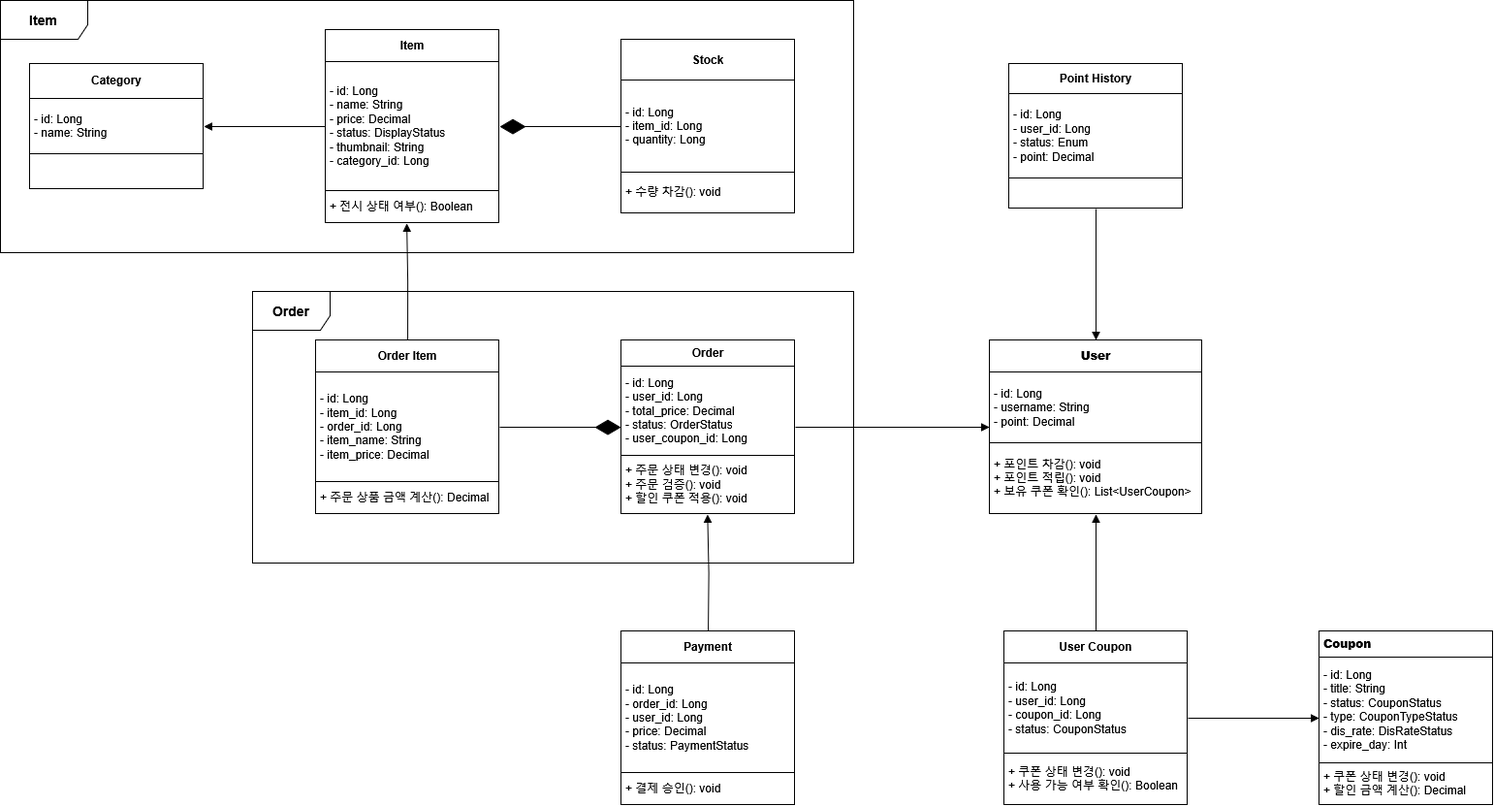
The draw.io diagram docs/class-diagram.png in scars97/e-commerce, before a commit. Source tidied: cells renumbered, new cells last; positions are measured from the earlier drawing's top-left corner, leaving out a move shared by most shapes.
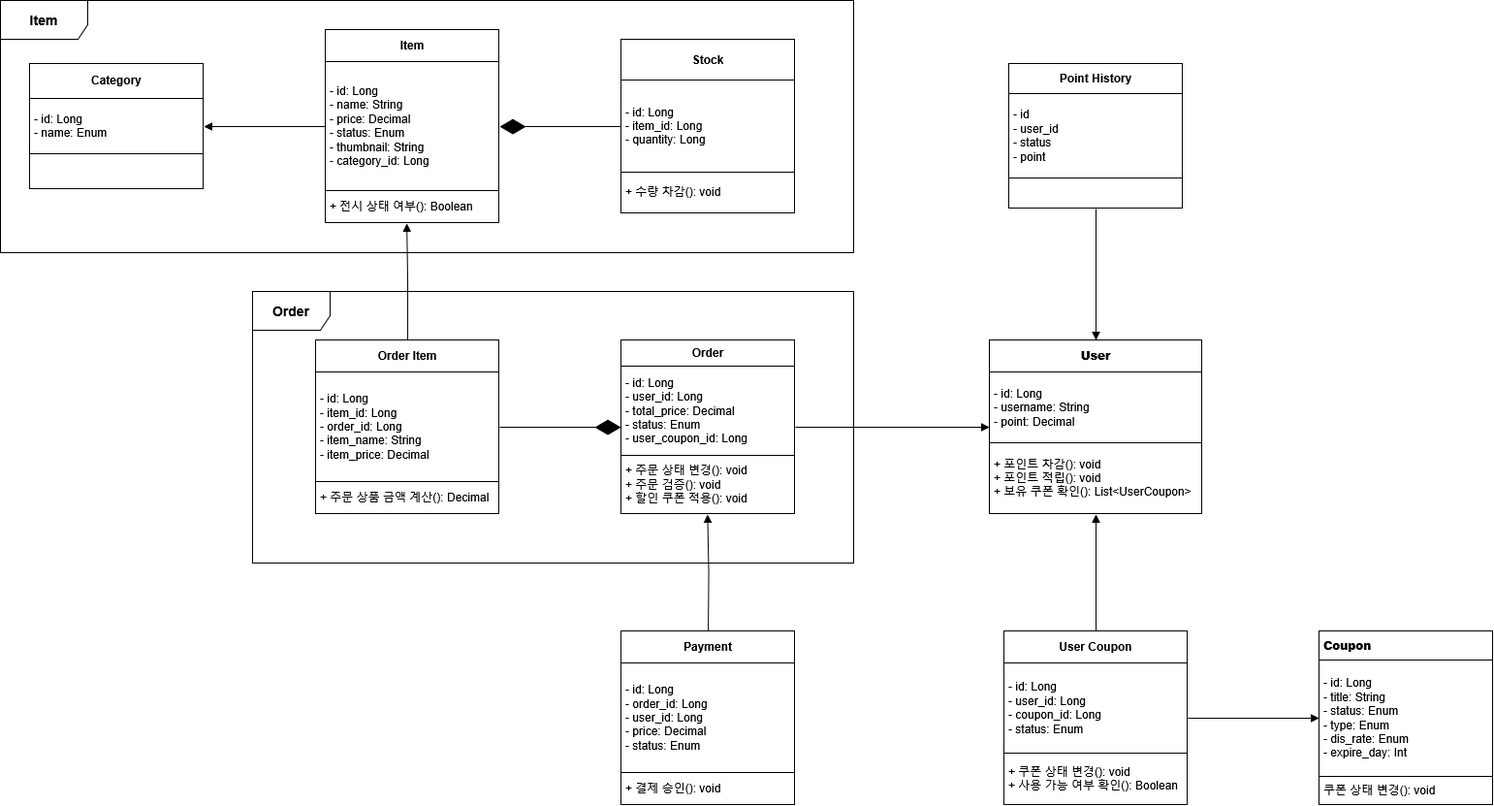
After the commit.

Commit message:
[docs] ERD, 클래스 다이어그램 컬럼 수정

Diff of the diagram source:
```diff
@@ -2,16 +2,16 @@
   <root>
     <mxCell id="0" />
     <mxCell id="1" parent="0" />
-    <mxCell id="2" value="&lt;table border=&quot;1&quot; width=&quot;100%&quot; height=&quot;100%&quot; cellpadding=&quot;4&quot; style=&quot;width:100%;height:100%;border-collapse:collapse;&quot;&gt;&lt;tbody&gt;&lt;tr&gt;&lt;th align=&quot;center&quot;&gt;User Coupon&lt;/th&gt;&lt;/tr&gt;&lt;tr align=&quot;left&quot;&gt;&lt;td&gt;- id: Long&lt;br&gt;- user_id: Long&lt;br&gt;- coupon_id: Long&lt;br&gt;- status: CouponStatus&lt;/td&gt;&lt;/tr&gt;&lt;tr&gt;&lt;td&gt;+ 쿠폰 상태 변경(): void&lt;div align=&quot;left&quot;&gt;+ 사용 가능 여부 확인(): Boolean&lt;/div&gt;&lt;/td&gt;&lt;/tr&gt;&lt;/tbody&gt;&lt;/table&gt;" style="text;html=1;whiteSpace=wrap;strokeColor=none;fillColor=none;overflow=fill;" parent="1" vertex="1">
+    <mxCell id="2" value="&lt;table border=&quot;1&quot; width=&quot;100%&quot; height=&quot;100%&quot; cellpadding=&quot;4&quot; style=&quot;width:100%;height:100%;border-collapse:collapse;&quot;&gt;&lt;tbody&gt;&lt;tr&gt;&lt;th align=&quot;center&quot;&gt;User Coupon&lt;/th&gt;&lt;/tr&gt;&lt;tr align=&quot;left&quot;&gt;&lt;td&gt;- id: Long&lt;br&gt;- user_id: Long&lt;br&gt;- coupon_id: Long&lt;br&gt;- status: Enum&lt;/td&gt;&lt;/tr&gt;&lt;tr&gt;&lt;td&gt;+ 쿠폰 상태 변경(): void&lt;div align=&quot;left&quot;&gt;+ 사용 가능 여부 확인(): Boolean&lt;/div&gt;&lt;/td&gt;&lt;/tr&gt;&lt;/tbody&gt;&lt;/table&gt;" style="text;html=1;whiteSpace=wrap;strokeColor=none;fillColor=none;overflow=fill;" parent="1" vertex="1">
       <mxGeometry x="1035" y="650" width="190" height="180" as="geometry" />
     </mxCell>
-    <mxCell id="3" value="&lt;table align=&quot;left&quot; border=&quot;1&quot; width=&quot;100%&quot; height=&quot;100%&quot; cellpadding=&quot;4&quot; style=&quot;width:100%;height:100%;border-collapse:collapse;&quot;&gt;&lt;tbody&gt;&lt;tr&gt;&lt;th&gt;&lt;b&gt;Coupon&lt;/b&gt;&lt;/th&gt;&lt;/tr&gt;&lt;tr&gt;&lt;td&gt;- id: Long&lt;br&gt;- title: String&lt;br&gt;- status: CouponStatus&lt;br&gt;- type: CouponTypeStatus&lt;br&gt;- dis_rate: DisRateStatus&lt;br&gt;- expire_day: Int&lt;/td&gt;&lt;/tr&gt;&lt;tr&gt;&lt;td&gt;+ 쿠폰 상태 변경(): void&lt;br&gt;+ 할인 금액 계산(): Decimal&lt;/td&gt;&lt;/tr&gt;&lt;/tbody&gt;&lt;/table&gt;" style="text;html=1;whiteSpace=wrap;strokeColor=none;fillColor=none;overflow=fill;align=left;" parent="1" vertex="1">
+    <mxCell id="3" value="&lt;table align=&quot;left&quot; border=&quot;1&quot; width=&quot;100%&quot; height=&quot;100%&quot; cellpadding=&quot;4&quot; style=&quot;width:100%;height:100%;border-collapse:collapse;&quot;&gt;&lt;tbody&gt;&lt;tr&gt;&lt;th&gt;&lt;b&gt;Coupon&lt;/b&gt;&lt;/th&gt;&lt;/tr&gt;&lt;tr&gt;&lt;td&gt;- id: Long&lt;br&gt;- title: String&lt;br&gt;- status: Enum&lt;br&gt;- type: Enum&lt;br&gt;- dis_rate: Enum&lt;br&gt;- expire_day: Int&lt;/td&gt;&lt;/tr&gt;&lt;tr&gt;&lt;td&gt;쿠폰 상태 변경(): void&lt;/td&gt;&lt;/tr&gt;&lt;/tbody&gt;&lt;/table&gt;" style="text;html=1;whiteSpace=wrap;strokeColor=none;fillColor=none;overflow=fill;align=left;" parent="1" vertex="1">
       <mxGeometry x="1360" y="650" width="180" height="180" as="geometry" />
     </mxCell>
-    <mxCell id="4" value="&lt;table border=&quot;1&quot; width=&quot;100%&quot; height=&quot;100%&quot; cellpadding=&quot;4&quot; style=&quot;width:100%;height:100%;border-collapse:collapse;&quot;&gt;&lt;tbody&gt;&lt;tr&gt;&lt;th align=&quot;center&quot;&gt;Order&lt;/th&gt;&lt;/tr&gt;&lt;tr&gt;&lt;td&gt;- id: Long&lt;div&gt;- user_id: Long&lt;/div&gt;&lt;div&gt;- total_price: Decimal&lt;/div&gt;&lt;div&gt;- status: OrderStatus&lt;/div&gt;&lt;div align=&quot;left&quot;&gt;- user_coupon_id: Long&lt;/div&gt;&lt;/td&gt;&lt;/tr&gt;&lt;tr&gt;&lt;td&gt;&lt;div&gt;+ 주문 상태 변경(): void&lt;div align=&quot;left&quot;&gt;+ 주문 검증(): void&lt;/div&gt;+ 할인 쿠폰 적용(): void&lt;/div&gt;&lt;/td&gt;&lt;/tr&gt;&lt;/tbody&gt;&lt;/table&gt;" style="text;html=1;whiteSpace=wrap;strokeColor=none;fillColor=none;overflow=fill;" parent="1" vertex="1">
+    <mxCell id="4" value="&lt;table border=&quot;1&quot; width=&quot;100%&quot; height=&quot;100%&quot; cellpadding=&quot;4&quot; style=&quot;width:100%;height:100%;border-collapse:collapse;&quot;&gt;&lt;tbody&gt;&lt;tr&gt;&lt;th align=&quot;center&quot;&gt;Order&lt;/th&gt;&lt;/tr&gt;&lt;tr&gt;&lt;td&gt;- id: Long&lt;div&gt;- user_id: Long&lt;/div&gt;&lt;div&gt;- total_price: Decimal&lt;/div&gt;&lt;div&gt;- status: Enum&lt;/div&gt;&lt;div align=&quot;left&quot;&gt;- user_coupon_id: Long&lt;/div&gt;&lt;/td&gt;&lt;/tr&gt;&lt;tr&gt;&lt;td&gt;&lt;div&gt;+ 주문 상태 변경(): void&lt;div align=&quot;left&quot;&gt;+ 주문 검증(): void&lt;/div&gt;+ 할인 쿠폰 적용(): void&lt;/div&gt;&lt;/td&gt;&lt;/tr&gt;&lt;/tbody&gt;&lt;/table&gt;" style="text;html=1;whiteSpace=wrap;strokeColor=none;fillColor=none;overflow=fill;" parent="1" vertex="1">
       <mxGeometry x="640" y="350" width="180" height="180" as="geometry" />
     </mxCell>
-    <mxCell id="5" value="&lt;table border=&quot;1&quot; width=&quot;100%&quot; height=&quot;100%&quot; cellpadding=&quot;4&quot; style=&quot;width:100%;height:100%;border-collapse:collapse;&quot;&gt;&lt;tbody&gt;&lt;tr&gt;&lt;th align=&quot;center&quot;&gt;Payment&lt;/th&gt;&lt;/tr&gt;&lt;tr&gt;&lt;td&gt;- id: Long&lt;div align=&quot;left&quot;&gt;- order_id: Long&lt;/div&gt;- user_id: Long&lt;br&gt;- price: Decimal&lt;br&gt;- status: PaymentStatus&lt;/td&gt;&lt;/tr&gt;&lt;tr align=&quot;left&quot;&gt;&lt;td&gt;+ 결제 승인(): void&lt;/td&gt;&lt;/tr&gt;&lt;/tbody&gt;&lt;/table&gt;" style="text;html=1;whiteSpace=wrap;strokeColor=none;fillColor=none;overflow=fill;" parent="1" vertex="1">
+    <mxCell id="5" value="&lt;table border=&quot;1&quot; width=&quot;100%&quot; height=&quot;100%&quot; cellpadding=&quot;4&quot; style=&quot;width:100%;height:100%;border-collapse:collapse;&quot;&gt;&lt;tbody&gt;&lt;tr&gt;&lt;th align=&quot;center&quot;&gt;Payment&lt;/th&gt;&lt;/tr&gt;&lt;tr&gt;&lt;td&gt;- id: Long&lt;div align=&quot;left&quot;&gt;- order_id: Long&lt;/div&gt;- user_id: Long&lt;br&gt;- price: Decimal&lt;br&gt;- status: Enum&lt;/td&gt;&lt;/tr&gt;&lt;tr align=&quot;left&quot;&gt;&lt;td&gt;+ 결제 승인(): void&lt;/td&gt;&lt;/tr&gt;&lt;/tbody&gt;&lt;/table&gt;" style="text;html=1;whiteSpace=wrap;strokeColor=none;fillColor=none;overflow=fill;" parent="1" vertex="1">
       <mxGeometry x="640" y="650" width="180" height="180" as="geometry" />
     </mxCell>
     <mxCell id="6" value="&lt;table border=&quot;1&quot; width=&quot;100%&quot; height=&quot;100%&quot; cellpadding=&quot;4&quot; style=&quot;width:100%;height:100%;border-collapse:collapse;&quot;&gt;&lt;tbody&gt;&lt;tr&gt;&lt;th align=&quot;center&quot;&gt;Order Item&lt;/th&gt;&lt;/tr&gt;&lt;tr&gt;&lt;td&gt;- id: Long&lt;br&gt;- item_id: Long&lt;br&gt;- order_id: Long&lt;br&gt;- item_name: String&lt;br&gt;- item_price: Decimal&lt;/td&gt;&lt;/tr&gt;&lt;tr align=&quot;left&quot;&gt;&lt;td&gt;+ 주문 상품 금액 계산(): Decimal&lt;/td&gt;&lt;/tr&gt;&lt;/tbody&gt;&lt;/table&gt;" style="text;html=1;whiteSpace=wrap;strokeColor=none;fillColor=none;overflow=fill;" parent="1" vertex="1">
@@ -20,16 +20,16 @@
     <mxCell id="7" value="&lt;table border=&quot;1&quot; width=&quot;100%&quot; height=&quot;100%&quot; cellpadding=&quot;4&quot; style=&quot;width:100%;height:100%;border-collapse:collapse;&quot;&gt;&lt;tbody&gt;&lt;tr&gt;&lt;th align=&quot;center&quot;&gt;&lt;b&gt;User&lt;/b&gt;&lt;/th&gt;&lt;/tr&gt;&lt;tr&gt;&lt;td&gt;- id: Long&lt;br&gt;- username: String&lt;div align=&quot;left&quot;&gt;- point: Decimal&lt;/div&gt;&lt;/td&gt;&lt;/tr&gt;&lt;tr&gt;&lt;td&gt;+ 포인트 차감(): void&lt;br&gt;+ 포인트 적립(): void&lt;div align=&quot;left&quot;&gt;+ 보유 쿠폰 확인(): List&amp;lt;UserCoupon&amp;gt;&lt;/div&gt;&lt;/td&gt;&lt;/tr&gt;&lt;/tbody&gt;&lt;/table&gt;" style="text;html=1;whiteSpace=wrap;strokeColor=none;fillColor=none;overflow=fill;" parent="1" vertex="1">
       <mxGeometry x="1020" y="350" width="220" height="180" as="geometry" />
     </mxCell>
-    <mxCell id="8" value="&lt;table border=&quot;1&quot; width=&quot;100%&quot; height=&quot;100%&quot; cellpadding=&quot;4&quot; style=&quot;width:100%;height:100%;border-collapse:collapse;&quot;&gt;&lt;tbody&gt;&lt;tr&gt;&lt;th align=&quot;center&quot;&gt;Point History&lt;/th&gt;&lt;/tr&gt;&lt;tr&gt;&lt;td&gt;&lt;div&gt;- id: Long&lt;br&gt;- user_id: Long&lt;/div&gt;&lt;div&gt;- status: Enum&lt;div align=&quot;left&quot;&gt;- point: Decimal&lt;/div&gt;&lt;/div&gt;&lt;/td&gt;&lt;/tr&gt;&lt;tr&gt;&lt;td align=&quot;center&quot;&gt;&lt;br&gt;&lt;/td&gt;&lt;/tr&gt;&lt;/tbody&gt;&lt;/table&gt;" style="text;html=1;whiteSpace=wrap;strokeColor=none;fillColor=none;overflow=fill;" parent="1" vertex="1">
+    <mxCell id="8" value="&lt;table border=&quot;1&quot; width=&quot;100%&quot; height=&quot;100%&quot; cellpadding=&quot;4&quot; style=&quot;width:100%;height:100%;border-collapse:collapse;&quot;&gt;&lt;tbody&gt;&lt;tr&gt;&lt;th align=&quot;center&quot;&gt;Point History&lt;/th&gt;&lt;/tr&gt;&lt;tr&gt;&lt;td&gt;&lt;div&gt;- id&lt;br&gt;- user_id&lt;/div&gt;&lt;div&gt;- status&lt;br&gt;&lt;div align=&quot;left&quot;&gt;- point&lt;/div&gt;&lt;/div&gt;&lt;/td&gt;&lt;/tr&gt;&lt;tr&gt;&lt;td align=&quot;center&quot;&gt;&lt;br&gt;&lt;/td&gt;&lt;/tr&gt;&lt;/tbody&gt;&lt;/table&gt;" style="text;html=1;whiteSpace=wrap;strokeColor=none;fillColor=none;overflow=fill;" parent="1" vertex="1">
       <mxGeometry x="1040" y="65" width="180" height="150" as="geometry" />
     </mxCell>
     <mxCell id="9" value="&lt;table border=&quot;1&quot; width=&quot;100%&quot; height=&quot;100%&quot; cellpadding=&quot;4&quot; style=&quot;width:100%;height:100%;border-collapse:collapse;&quot;&gt;&lt;tbody&gt;&lt;tr&gt;&lt;th align=&quot;center&quot;&gt;Stock&lt;/th&gt;&lt;/tr&gt;&lt;tr&gt;&lt;td&gt;- id: Long&lt;br&gt;- item_id: Long&lt;div align=&quot;left&quot;&gt;- quantity: Long&lt;/div&gt;&lt;/td&gt;&lt;/tr&gt;&lt;tr align=&quot;left&quot;&gt;&lt;td&gt;+ 수량 차감(): void&lt;/td&gt;&lt;/tr&gt;&lt;/tbody&gt;&lt;/table&gt;" style="text;html=1;whiteSpace=wrap;strokeColor=none;fillColor=none;overflow=fill;" parent="1" vertex="1">
       <mxGeometry x="640" y="40" width="180" height="180" as="geometry" />
     </mxCell>
-    <mxCell id="10" value="&lt;table border=&quot;1&quot; width=&quot;100%&quot; height=&quot;100%&quot; cellpadding=&quot;4&quot; style=&quot;width:100%;height:100%;border-collapse:collapse;&quot;&gt;&lt;tbody&gt;&lt;tr&gt;&lt;th align=&quot;center&quot;&gt;Item&lt;/th&gt;&lt;/tr&gt;&lt;tr&gt;&lt;td&gt;- id: Long&lt;br&gt;- name: String&lt;br&gt;- price: Decimal&lt;br&gt;- status: DisplayStatus&lt;br&gt;- thumbnail: String&lt;div align=&quot;left&quot;&gt;- category_id: Long&lt;/div&gt;&lt;/td&gt;&lt;/tr&gt;&lt;tr align=&quot;left&quot;&gt;&lt;td&gt;+ 전시 상태 여부(): Boolean&lt;/td&gt;&lt;/tr&gt;&lt;/tbody&gt;&lt;/table&gt;" style="text;html=1;whiteSpace=wrap;strokeColor=none;fillColor=none;overflow=fill;" parent="1" vertex="1">
+    <mxCell id="10" value="&lt;table border=&quot;1&quot; width=&quot;100%&quot; height=&quot;100%&quot; cellpadding=&quot;4&quot; style=&quot;width:100%;height:100%;border-collapse:collapse;&quot;&gt;&lt;tbody&gt;&lt;tr&gt;&lt;th align=&quot;center&quot;&gt;Item&lt;/th&gt;&lt;/tr&gt;&lt;tr&gt;&lt;td&gt;- id: Long&lt;br&gt;- name: String&lt;br&gt;- price: Decimal&lt;br&gt;- status: Enum&lt;br&gt;- thumbnail: String&lt;div align=&quot;left&quot;&gt;- category_id: Long&lt;/div&gt;&lt;/td&gt;&lt;/tr&gt;&lt;tr align=&quot;left&quot;&gt;&lt;td&gt;+ 전시 상태 여부(): Boolean&lt;/td&gt;&lt;/tr&gt;&lt;/tbody&gt;&lt;/table&gt;" style="text;html=1;whiteSpace=wrap;strokeColor=none;fillColor=none;overflow=fill;" parent="1" vertex="1">
       <mxGeometry x="335" y="30" width="180" height="200" as="geometry" />
     </mxCell>
-    <mxCell id="11" value="&lt;table border=&quot;1&quot; width=&quot;100%&quot; height=&quot;100%&quot; cellpadding=&quot;4&quot; style=&quot;width:100%;height:100%;border-collapse:collapse;&quot;&gt;&lt;tbody&gt;&lt;tr&gt;&lt;th align=&quot;center&quot;&gt;Category&lt;/th&gt;&lt;/tr&gt;&lt;tr&gt;&lt;td&gt;&lt;div align=&quot;left&quot;&gt;- id: Long&lt;/div&gt;- name: String&lt;/td&gt;&lt;/tr&gt;&lt;tr&gt;&lt;td align=&quot;center&quot;&gt;&lt;br&gt;&lt;/td&gt;&lt;/tr&gt;&lt;/tbody&gt;&lt;/table&gt;" style="text;html=1;whiteSpace=wrap;strokeColor=none;fillColor=none;overflow=fill;" parent="1" vertex="1">
+    <mxCell id="11" value="&lt;table border=&quot;1&quot; width=&quot;100%&quot; height=&quot;100%&quot; cellpadding=&quot;4&quot; style=&quot;width:100%;height:100%;border-collapse:collapse;&quot;&gt;&lt;tbody&gt;&lt;tr&gt;&lt;th align=&quot;center&quot;&gt;Category&lt;/th&gt;&lt;/tr&gt;&lt;tr&gt;&lt;td&gt;&lt;div align=&quot;left&quot;&gt;- id: Long&lt;/div&gt;- name: Enum&lt;/td&gt;&lt;/tr&gt;&lt;tr&gt;&lt;td align=&quot;center&quot;&gt;&lt;br&gt;&lt;/td&gt;&lt;/tr&gt;&lt;/tbody&gt;&lt;/table&gt;" style="text;html=1;whiteSpace=wrap;strokeColor=none;fillColor=none;overflow=fill;" parent="1" vertex="1">
       <mxGeometry x="30" y="65" width="180" height="130" as="geometry" />
     </mxCell>
     <mxCell id="12" value="&lt;font style=&quot;font-size: 14px;&quot;&gt;&lt;b&gt;Item&lt;/b&gt;&lt;/font&gt;" style="shape=umlFrame;whiteSpace=wrap;html=1;width=90;height=40;" parent="1" vertex="1">
```
